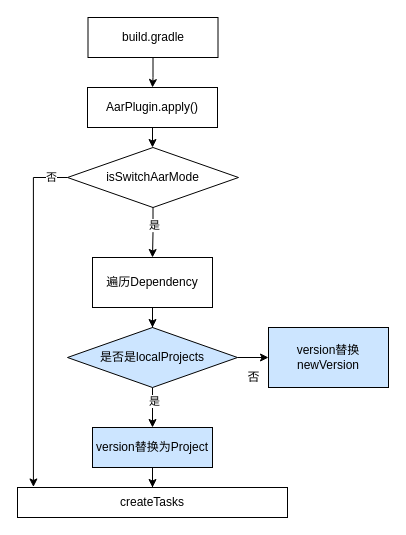
Before: page "plugin配置阶段流程图" (14 of 28) of T9.drawio in shinecjj/UML, a draw.io diagram. Source tidied: cells renumbered, new cells numbered last; positions are measured from the earlier drawing's top-left corner, leaving out a move shared by most shapes. Both pictures are drawn from the tidied source at 100%, with x=0, y=0 at pixel (17, 17).
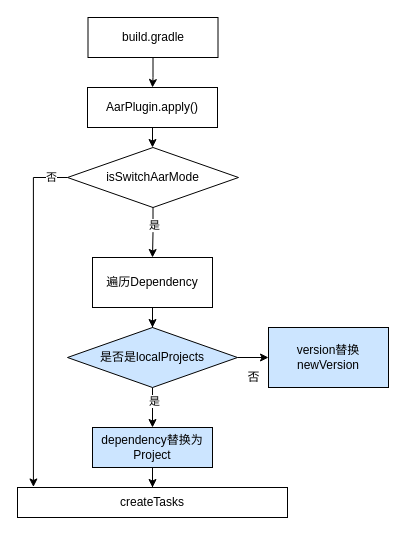
The same page after the edit.

The edit, as a diff of the source:
```diff
@@
-    <mxCell id="13" value="version替换为Project" style="whiteSpace=wrap;html=1;fillColor=#CCE5FF;" parent="1" vertex="1">
+    <mxCell id="13" value="dependency替换为Project" style="whiteSpace=wrap;html=1;fillColor=#CCE5FF;" parent="1" vertex="1">
       <mxGeometry x="75" y="410" width="120" height="40" as="geometry" />
     </mxCell>
```
